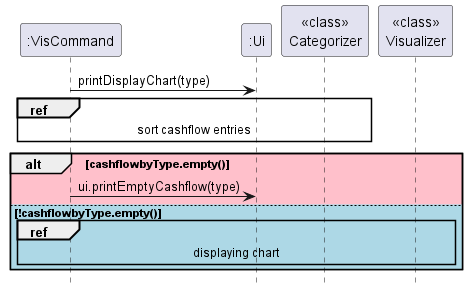
nus-cs2113-AY2324S1/tp keeps this PlantUML diagram as docs/images/vis/visualisationSequence.png. Above is the earlier version.
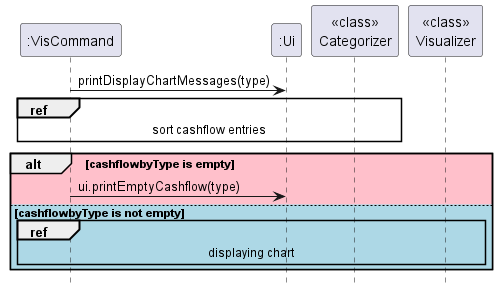
The same file after the commit.

Diff of the diagram source:
```diff
@@ -5,15 +5,15 @@
 participant "<<class>>\nCategorizer"
 participant "<<class>>\nVisualizer"
 
-":VisCommand"-> ":Ui": printDisplayChart(type)
+":VisCommand"-> ":Ui": printDisplayChartMessages(type)
 
 ref over "<<class>>\nCategorizer", ":VisCommand" : sort cashflow entries
 
-alt #Pink cashflowbyType.empty()
+alt #Pink cashflowbyType is empty
 
     ":VisCommand" -> ":Ui" : ui.printEmptyCashflow(type)
 
-else #LightBlue !cashflowbyType.empty()
+else #LightBlue cashflowbyType is not empty
 
     ref over "<<class>>\nVisualizer", ":VisCommand": displaying chart
 
```
